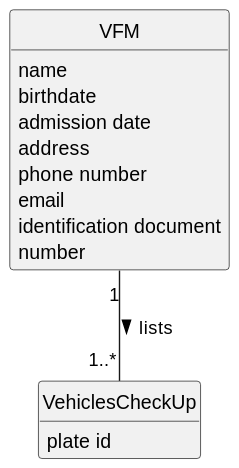
Above: docs/sprintA/us008/02.analysis/svg/us008-domain-model.svg in diogoveirospro/lei-24-s2-1dg-g072 (PlantUML), before the change. The source it was exported from:
```plantuml
@startuml
skinparam monochrome true
skinparam packageStyle rectangle
skinparam shadowing false


skinparam classAttributeIconSize 0

hide circle
hide methods


class VFM {
    name
    birthdate
    admission date
    address
    phone number
    email
    identification document
    number
}

class VehiclesCheckUp {
    plate id
}



VFM "1" -- "1..*" VehiclesCheckUp: lists >
@enduml
```
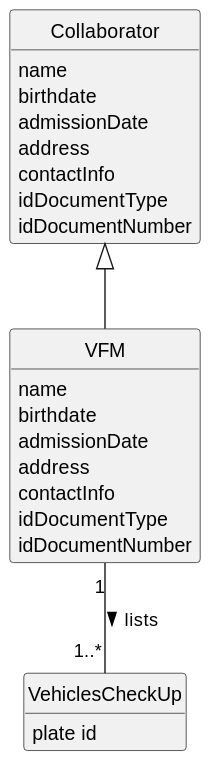
The same file after the commit.

Change to the diagram source:
```diff
@@ -9,16 +9,24 @@
 hide circle
 hide methods
 
+class Collaborator {
+    name
+    birthdate
+    admissionDate
+    address
+    contactInfo
+    idDocumentType
+    idDocumentNumber
+}
 
 class VFM {
     name
     birthdate
-    admission date
+    admissionDate
     address
-    phone number
-    email
-    identification document
-    number
+    contactInfo
+    idDocumentType
+    idDocumentNumber
 }
 
 class VehiclesCheckUp {
@@ -26,6 +34,6 @@
 }
 
 
-
+Collaborator <|-- VFM
 VFM "1" -- "1..*" VehiclesCheckUp: lists >
 @enduml
```
